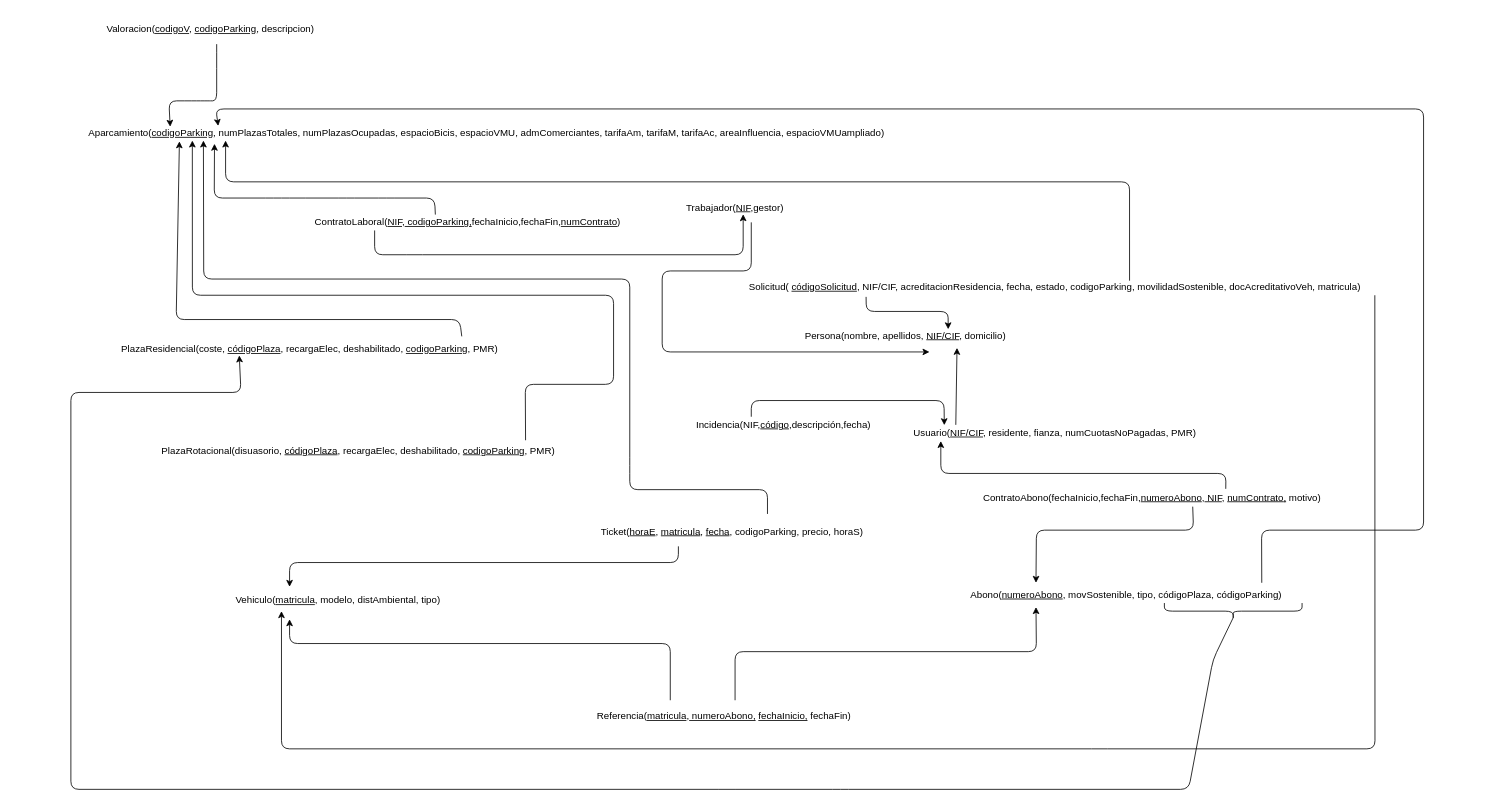
Earlier version of the draw.io diagram diagrama_relacional.drawio (HylianPablo/ADBD). Source tidied: cells renumbered, new cells numbered last; positions are measured from the earlier drawing's top-left corner, leaving out a move shared by most shapes. Both pictures are drawn from the tidied source at 81%, with x=0, y=0 at pixel (38, 19).
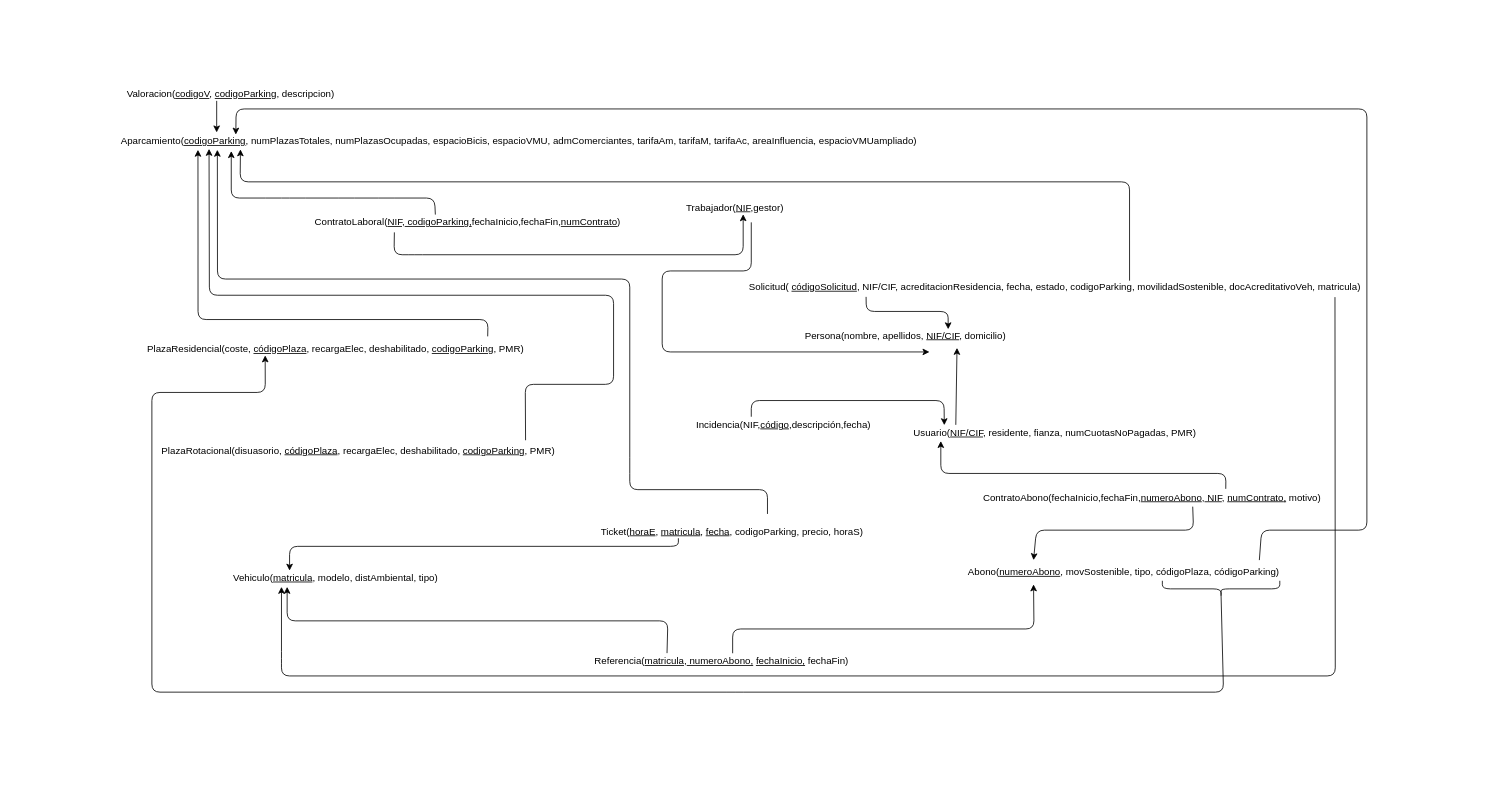
The same diagram, later.

The change refers to these unchanged cells:
```xml
<mxCell id="2" value="&lt;div&gt;Solicitud( &lt;u&gt;códigoSolicitud&lt;/u&gt;&lt;span style=&quot;text-decoration: none&quot;&gt;, NIF/CIF, acreditacionResidencia, fecha, estado, codigoParking, movilidadSostenible, docAcreditativoVeh, matricula)&lt;/span&gt;&lt;/div&gt;" style="text;html=1;strokeColor=none;fillColor=none;align=center;verticalAlign=middle;whiteSpace=wrap;rounded=0;" parent="1" vertex="1">
  <mxGeometry x="720" y="320" width="1070" height="20" as="geometry" />
</mxCell>
<mxCell id="7" value="&lt;p style=&quot;margin-bottom: 0cm ; line-height: 100%&quot;&gt;&lt;span style=&quot;text-decoration: none&quot;&gt;PlazaRotacional(disuasorio, &lt;/span&gt;&lt;u&gt;códigoPlaza&lt;/u&gt;&lt;span style=&quot;text-decoration: none&quot;&gt;, recargaElec, deshabilitado, &lt;/span&gt;&lt;u&gt;codigoParking&lt;/u&gt;, PMR&lt;span style=&quot;text-decoration: none&quot;&gt;)&lt;/span&gt;&lt;/p&gt;" style="text;html=1;strokeColor=none;fillColor=none;align=center;verticalAlign=middle;whiteSpace=wrap;rounded=0;" parent="1" vertex="1">
  <mxGeometry x="60" y="520" width="670" height="10" as="geometry" />
</mxCell>
<mxCell id="19" value="ContratoLaboral(&lt;u&gt;NIF&lt;/u&gt;,&lt;u&gt; codigoParking,&lt;/u&gt;fechaInicio,fechaFin,&lt;u&gt;numContrato&lt;/u&gt;)" style="text;html=1;strokeColor=none;fillColor=none;align=center;verticalAlign=middle;whiteSpace=wrap;rounded=0;" parent="1" vertex="1">
  <mxGeometry x="300" y="240" width="460" height="20" as="geometry" />
</mxCell>
```

Change to the diagram source:
```diff
@@
     <mxCell id="3" value="&lt;div align=&quot;left&quot;&gt;&lt;span style=&quot;text-decoration: none&quot;&gt;Aparcamiento(&lt;/span&gt;&lt;u&gt;codigoParking&lt;/u&gt;&lt;span style=&quot;text-decoration: none&quot;&gt;,&lt;/span&gt;&lt;span style=&quot;text-decoration: none&quot;&gt; numPlazasTotales, numPlazasOcupadas,&lt;/span&gt;&lt;span style=&quot;text-decoration: none&quot;&gt;&amp;nbsp;espacioBicis, espacioVMU, admComerciantes, tarifaAm, tarifaM, tarifaAc&lt;/span&gt;&lt;span style=&quot;text-decoration: none&quot;&gt;, areaInfluencia, espacioVMUampliado)&lt;/span&gt;&lt;/div&gt;" style="text;html=1;points=[];align=left;verticalAlign=top;spacingTop=-4;" parent="1" vertex="1">
-      <mxGeometry x="60" y="130" width="1140" height="20" as="geometry" />
+      <mxGeometry x="100" y="140" width="1140" height="20" as="geometry" />
     </mxCell>
     <mxCell id="4" value="&lt;div align=&quot;left&quot;&gt;&lt;span style=&quot;text-decoration: none&quot;&gt;Abono(&lt;/span&gt;&lt;u&gt;numeroAbono&lt;/u&gt;&lt;span style=&quot;text-decoration: none&quot;&gt;, movSostenible, tipo, códigoPlaza, códigoParking)&lt;/span&gt;&lt;/div&gt;" style="text;html=1;strokeColor=none;fillColor=none;align=center;verticalAlign=middle;whiteSpace=wrap;rounded=0;" parent="1" vertex="1">
-      <mxGeometry x="1120" y="695" width="446" height="30" as="geometry" />
+      <mxGeometry x="1117" y="667" width="446" height="30" as="geometry" />
     </mxCell>
@@
     <mxCell id="6" value="&lt;p style=&quot;margin-bottom: 0cm ; line-height: 100%&quot; align=&quot;left&quot;&gt;&lt;span style=&quot;text-decoration: none&quot;&gt;PlazaResidencial(coste, &lt;/span&gt;&lt;u&gt;códigoPlaza&lt;/u&gt;&lt;span style=&quot;text-decoration: none&quot;&gt;, recargaElec, deshabilitado, &lt;/span&gt;&lt;u&gt;codigoParking&lt;/u&gt;&lt;span style=&quot;text-decoration: none&quot;&gt;, PMR)&lt;/span&gt;&lt;/p&gt;" style="text;html=1;strokeColor=none;fillColor=none;align=center;verticalAlign=middle;whiteSpace=wrap;rounded=0;" parent="1" vertex="1">
-      <mxGeometry y="390" width="670" height="20" as="geometry" />
+      <mxGeometry x="32" y="390" width="670" height="20" as="geometry" />
     </mxCell>
@@
     <mxCell id="11" value="&lt;p style=&quot;margin-bottom: 0cm ; line-height: 100%&quot;&gt;&lt;span style=&quot;text-decoration: none&quot;&gt;Valoracion(&lt;/span&gt;&lt;u&gt;codigoV&lt;/u&gt;&lt;span style=&quot;text-decoration: none&quot;&gt;, &lt;/span&gt;&lt;u&gt;codigoParking&lt;/u&gt;&lt;span style=&quot;text-decoration: none&quot;&gt;, descripcion)&lt;/span&gt;&lt;/p&gt;" style="text;html=1;strokeColor=none;fillColor=none;align=center;verticalAlign=middle;whiteSpace=wrap;rounded=0;" parent="1" vertex="1">
-      <mxGeometry x="45" width="335" height="10" as="geometry" />
+      <mxGeometry x="-30" y="80" width="535" height="10" as="geometry" />
     </mxCell>
     <mxCell id="12" value="&lt;p style=&quot;margin-bottom: 0cm ; line-height: 100%&quot;&gt;&lt;span style=&quot;text-decoration: none&quot;&gt;Vehiculo(&lt;/span&gt;&lt;u&gt;matricula&lt;/u&gt;&lt;span style=&quot;text-decoration: none&quot;&gt;, modelo, distAmbiental, tipo&lt;/span&gt;&lt;span style=&quot;text-decoration: none&quot;&gt;)&lt;/span&gt;&lt;/p&gt;" style="text;html=1;strokeColor=none;fillColor=none;align=center;verticalAlign=middle;whiteSpace=wrap;rounded=0;" parent="1" vertex="1">
-      <mxGeometry x="160" y="705" width="420" height="10" as="geometry" />
+      <mxGeometry x="157" y="677" width="420" height="10" as="geometry" />
     </mxCell>
     <mxCell id="13" value="&lt;span style=&quot;text-decoration: none&quot;&gt;Referencia&lt;/span&gt;&lt;span style=&quot;text-decoration: none&quot;&gt;(&lt;/span&gt;&lt;u&gt;matricula&lt;/u&gt;&lt;span style=&quot;text-decoration: none&quot;&gt;,&lt;/span&gt;&lt;u&gt; numeroAbono,&lt;/u&gt; &lt;u&gt;fechaInicio,&lt;/u&gt; fechaFin&lt;span style=&quot;text-decoration: none&quot;&gt;)&lt;/span&gt;" style="text;html=1;strokeColor=none;fillColor=none;align=center;verticalAlign=middle;whiteSpace=wrap;rounded=0;" parent="1" vertex="1">
-      <mxGeometry x="660" y="850" width="373" height="20" as="geometry" />
+      <mxGeometry x="657" y="782" width="373" height="20" as="geometry" />
     </mxCell>
-    <mxCell id="14" style="endArrow=classic;html=1;entryX=0.138;entryY=1.15;entryDx=0;entryDy=0;entryPerimeter=0;exitX=0.413;exitY=0.021;exitDx=0;exitDy=0;exitPerimeter=0;" parent="1" edge="1" source="19" target="3">
+    <mxCell id="14" style="endArrow=classic;html=1;exitX=0.413;exitY=0.021;exitDx=0;exitDy=0;exitPerimeter=0;" parent="1" edge="1" source="19">
       <mxGeometry relative="1" as="geometry">
+        <mxPoint x="238" y="162" as="targetPoint" />
         <Array as="points">
           <mxPoint x="489" y="220" />
           <mxPoint x="430" y="220" />
           <mxPoint x="380" y="220" />
           <mxPoint x="320" y="220" />
           <mxPoint x="290" y="220" />
-          <mxPoint x="217" y="220" />
+          <mxPoint x="238" y="220" />
         </Array>
       </mxGeometry>
     </mxCell>
-    <mxCell id="15" style="endArrow=classic;html=1;entryX=0.09;entryY=0.1;entryDx=0;entryDy=0;entryPerimeter=0;" parent="1" edge="1" target="3">
+    <mxCell id="15" style="endArrow=classic;html=1;" parent="1" edge="1">
       <mxGeometry relative="1" as="geometry">
-        <mxPoint x="220" y="30" as="sourcePoint" />
+        <mxPoint x="220" y="100" as="sourcePoint" />
+        <mxPoint x="220" y="139" as="targetPoint" />
         <Array as="points">
-          <mxPoint x="220" y="50" />
           <mxPoint x="220" y="100" />
-          <mxPoint x="210" y="100" />
-          <mxPoint x="190" y="100" />
-          <mxPoint x="161" y="100" />
         </Array>
       </mxGeometry>
     </mxCell>
@@
-    <mxCell id="18" style="endArrow=classic;html=1;exitX=0.25;exitY=1;exitDx=0;exitDy=0;" parent="1" edge="1" source="19">
+    <mxCell id="18" style="endArrow=classic;html=1;exitX=0.303;exitY=1.119;exitDx=0;exitDy=0;exitPerimeter=0;" parent="1" edge="1" source="19">
       <mxGeometry relative="1" as="geometry">
         <mxPoint x="870" y="240" as="targetPoint" />
         <Array as="points">
-          <mxPoint x="415" y="290" />
+          <mxPoint x="439" y="290" />
           <mxPoint x="464" y="290" />
           <mxPoint x="870" y="290" />
         </Array>
       </mxGeometry>
     </mxCell>
@@
-    <mxCell id="20" style="endArrow=classic;html=1;exitX=0.586;exitY=0.1;exitDx=0;exitDy=0;exitPerimeter=0;entryX=0.15;entryY=0.95;entryDx=0;entryDy=0;entryPerimeter=0;" parent="1" edge="1" source="2" target="3">
+    <mxCell id="20" style="endArrow=classic;html=1;exitX=0.586;exitY=0.1;exitDx=0;exitDy=0;exitPerimeter=0;entryX=0.131;entryY=0.993;entryDx=0;entryDy=0;entryPerimeter=0;" parent="1" edge="1" source="2" target="3">
       <mxGeometry relative="1" as="geometry">
         <Array as="points">
           <mxPoint x="1347" y="200" />
-          <mxPoint x="231" y="200" />
+          <mxPoint x="249" y="200" />
         </Array>
       </mxGeometry>
     </mxCell>
-    <mxCell id="21" style="endArrow=classic;html=1;exitX=0.78;exitY=0.038;exitDx=0;exitDy=0;exitPerimeter=0;entryX=0.1;entryY=1;entryDx=0;entryDy=0;entryPerimeter=0;" parent="1" edge="1" source="6" target="3">
+    <mxCell id="21" style="endArrow=classic;html=1;exitX=0.78;exitY=0.038;exitDx=0;exitDy=0;exitPerimeter=0;entryX=0.085;entryY=1.021;entryDx=0;entryDy=0;entryPerimeter=0;" parent="1" edge="1" source="6" target="3">
       <mxGeometry relative="1" as="geometry">
         <Array as="points">
-          <mxPoint x="520" y="370" />
-          <mxPoint x="170" y="370" />
+          <mxPoint x="555" y="370" />
+          <mxPoint x="197" y="370" />
         </Array>
       </mxGeometry>
     </mxCell>
-    <mxCell id="22" style="endArrow=classic;html=1;entryX=0.114;entryY=0.95;entryDx=0;entryDy=0;entryPerimeter=0;exitX=0.808;exitY=-0.1;exitDx=0;exitDy=0;exitPerimeter=0;" parent="1" edge="1" source="7" target="3">
+    <mxCell id="22" style="endArrow=classic;html=1;entryX=0.097;entryY=0.964;entryDx=0;entryDy=0;entryPerimeter=0;exitX=0.808;exitY=-0.1;exitDx=0;exitDy=0;exitPerimeter=0;" parent="1" edge="1" source="7" target="3">
       <mxGeometry relative="1" as="geometry">
         <Array as="points">
           <mxPoint x="601" y="450" />
           <mxPoint x="710" y="450" />
           <mxPoint x="710" y="340" />
-          <mxPoint x="190" y="340" />
+          <mxPoint x="211" y="340" />
         </Array>
       </mxGeometry>
     </mxCell>
-    <mxCell id="23" style="endArrow=classic;html=1;" parent="1" edge="1">
+    <mxCell id="23" style="endArrow=classic;html=1;exitX=0.319;exitY=-0.008;exitDx=0;exitDy=0;exitPerimeter=0;" parent="1" edge="1" source="13">
       <mxGeometry relative="1" as="geometry">
-        <mxPoint x="780" y="840" as="sourcePoint" />
-        <mxPoint x="310" y="740" as="targetPoint" />
+        <mxPoint x="307" y="700" as="targetPoint" />
         <Array as="points">
-          <mxPoint x="780" y="770" />
-          <mxPoint x="310" y="770" />
+          <mxPoint x="777" y="742" />
+          <mxPoint x="307" y="742" />
         </Array>
       </mxGeometry>
     </mxCell>
     <mxCell id="24" style="endArrow=classic;html=1;entryX=0.25;entryY=1;entryDx=0;entryDy=0;" parent="1" edge="1" target="4">
       <mxGeometry relative="1" as="geometry">
-        <mxPoint x="860" y="840" as="sourcePoint" />
+        <mxPoint x="857" y="782" as="sourcePoint" />
         <Array as="points">
-          <mxPoint x="860" y="780" />
-          <mxPoint x="1232" y="780" />
+          <mxPoint x="857" y="752" />
+          <mxPoint x="1229" y="752" />
         </Array>
       </mxGeometry>
     </mxCell>
@@
     <mxCell id="26" style="endArrow=classic;html=1;" parent="1" edge="1">
       <mxGeometry relative="1" as="geometry">
-        <mxPoint x="790" y="650" as="sourcePoint" />
-        <mxPoint x="310" y="700" as="targetPoint" />
+        <mxPoint x="790" y="640" as="sourcePoint" />
+        <mxPoint x="310" y="680" as="targetPoint" />
         <Array as="points">
-          <mxPoint x="790" y="670" />
-          <mxPoint x="310" y="670" />
+          <mxPoint x="790" y="650" />
+          <mxPoint x="310" y="650" />
         </Array>
       </mxGeometry>
     </mxCell>
@@
-    <mxCell id="29" style="endArrow=classic;html=1;entryX=0.126;entryY=0.95;entryDx=0;entryDy=0;entryPerimeter=0;" parent="1" edge="1" target="3">
+    <mxCell id="29" style="endArrow=classic;html=1;entryX=0.106;entryY=1.021;entryDx=0;entryDy=0;entryPerimeter=0;" parent="1" edge="1" target="3">
       <mxGeometry relative="1" as="geometry">
         <mxPoint x="900" y="610" as="sourcePoint" />
         <Array as="points">
           <mxPoint x="900" y="580" />
           <mxPoint x="730" y="580" />
           <mxPoint x="730" y="550" />
           <mxPoint x="730" y="320" />
-          <mxPoint x="204" y="320" />
+          <mxPoint x="221" y="320" />
         </Array>
       </mxGeometry>
     </mxCell>
     <mxCell id="30" style="endArrow=classic;html=1;exitX=0.1;exitY=0.5;exitDx=0;exitDy=0;exitPerimeter=0;entryX=0.37;entryY=1.215;entryDx=0;entryDy=0;entryPerimeter=0;" parent="1" edge="1" source="36" target="6">
       <mxGeometry relative="1" as="geometry">
         <Array as="points">
-          <mxPoint x="1450" y="790" />
-          <mxPoint x="1420" y="950" />
-          <mxPoint x="990" y="950" />
-          <mxPoint x="850" y="950" />
-          <mxPoint x="40" y="950" />
-          <mxPoint x="40" y="460" />
-          <mxPoint x="250" y="460" />
+          <mxPoint x="1463" y="830" />
+          <mxPoint x="860" y="830" />
+          <mxPoint x="140" y="830" />
+          <mxPoint x="140" y="460" />
+          <mxPoint x="280" y="460" />
         </Array>
       </mxGeometry>
     </mxCell>
-    <mxCell id="31" style="endArrow=classic;html=1;exitX=0.875;exitY=0;exitDx=0;exitDy=0;exitPerimeter=0;entryX=0.142;entryY=0.05;entryDx=0;entryDy=0;entryPerimeter=0;" parent="1" edge="1" source="4" target="3">
+    <mxCell id="31" style="endArrow=classic;html=1;exitX=0.875;exitY=0;exitDx=0;exitDy=0;exitPerimeter=0;entryX=0.126;entryY=0.084;entryDx=0;entryDy=0;entryPerimeter=0;" parent="1" edge="1" source="4" target="3">
       <mxGeometry relative="1" as="geometry">
         <Array as="points">
           <mxPoint x="1510" y="630" />
-          <mxPoint x="1710" y="630" />
-          <mxPoint x="1710" y="110" />
-          <mxPoint x="219" y="110" />
+          <mxPoint x="1640" y="630" />
+          <mxPoint x="1640" y="110" />
+          <mxPoint x="244" y="110" />
         </Array>
       </mxGeometry>
     </mxCell>
@@
-    <mxCell id="35" style="endArrow=classic;html=1;exitX=0.869;exitY=1;exitDx=0;exitDy=0;exitPerimeter=0;" parent="1" edge="1" source="2">
+    <mxCell id="35" style="endArrow=classic;html=1;exitX=0.823;exitY=1.117;exitDx=0;exitDy=0;exitPerimeter=0;" parent="1" edge="1" source="2">
       <mxGeometry relative="1" as="geometry">
-        <mxPoint x="300" y="730" as="targetPoint" />
+        <mxPoint x="300" y="700" as="targetPoint" />
         <Array as="points">
-          <mxPoint x="1650" y="900" />
-          <mxPoint x="1310" y="900" />
-          <mxPoint x="300" y="900" />
+          <mxPoint x="1601" y="810" />
+          <mxPoint x="300" y="810" />
+          <mxPoint x="300" y="790" />
         </Array>
       </mxGeometry>
     </mxCell>
     <mxCell id="36" style="shape=curlyBracket;whiteSpace=wrap;html=1;rounded=1;rotation=-90;" parent="1" vertex="1">
-      <mxGeometry x="1465" y="645" width="20" height="170" as="geometry" />
+      <mxGeometry x="1450" y="630" width="20" height="145" as="geometry" />
     </mxCell>
```
